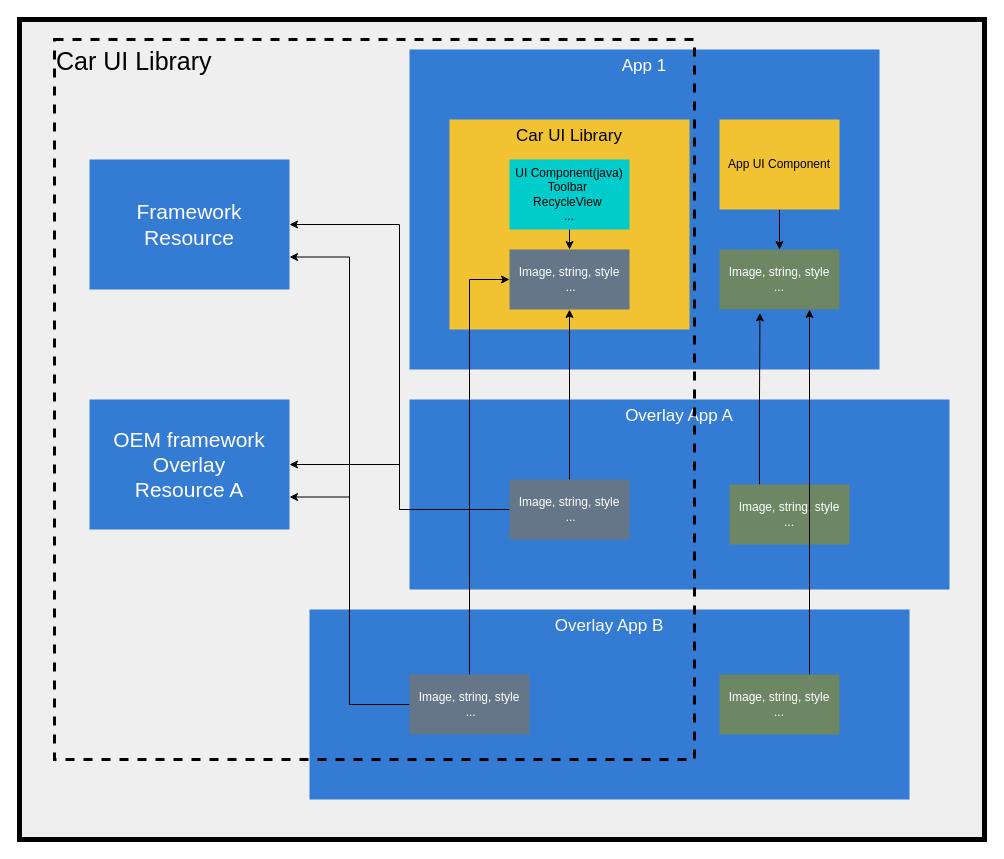
Earlier version of the draw.io diagram CarUILibrary/CULibrary.drawio (tianxunaicaoke/Android-notes). Source tidied: cells renumbered, new cells numbered last; positions are measured from the earlier drawing's top-left corner, leaving out a move shared by most shapes. Both pictures are drawn from the tidied source at 100%, with x=0, y=0 at pixel (19, 19).
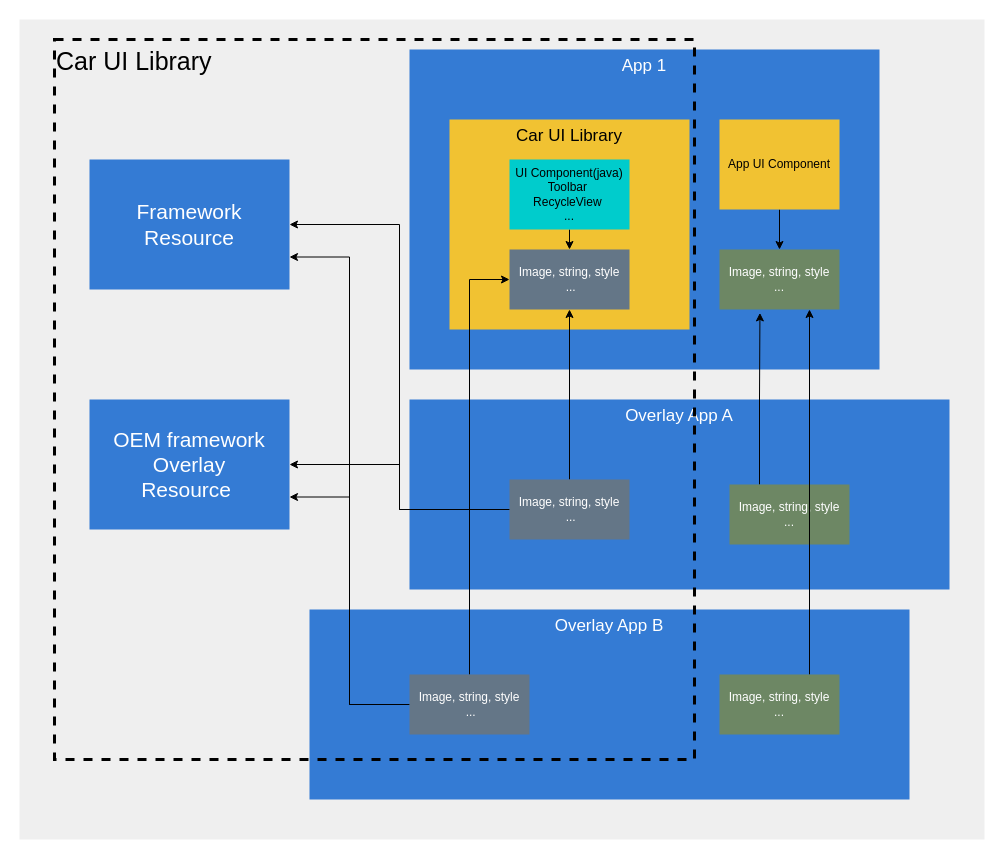
The same page after the edit.

The edit, as a diff of the source:
```diff
@@
-    <mxCell id="2" style="rounded=0;whiteSpace=wrap;html=1;strokeWidth=5;fillColor=#EFEFEF;" parent="1" vertex="1">
+    <mxCell id="2" style="rounded=0;whiteSpace=wrap;html=1;strokeWidth=5;fillColor=#EFEFEF;strokeColor=none;" parent="1" vertex="1">
       <mxGeometry width="965" height="820" as="geometry" />
     </mxCell>
@@
-    <mxCell id="19" value="&lt;font style=&quot;font-size: 21px&quot;&gt;OEM framework&lt;br&gt;Overlay&lt;br&gt;Resource A&lt;br&gt;&lt;/font&gt;" style="rounded=0;whiteSpace=wrap;html=1;fillColor=#347BD4;strokeColor=none;fontColor=#FFFFFF;" parent="1" vertex="1">
+    <mxCell id="19" value="&lt;font style=&quot;font-size: 21px&quot;&gt;OEM framework&lt;br&gt;Overlay&lt;br&gt;Resource&amp;nbsp;&lt;br&gt;&lt;/font&gt;" style="rounded=0;whiteSpace=wrap;html=1;fillColor=#347BD4;strokeColor=none;fontColor=#FFFFFF;" parent="1" vertex="1">
       <mxGeometry x="70" y="380" width="200" height="130" as="geometry" />
     </mxCell>
```
